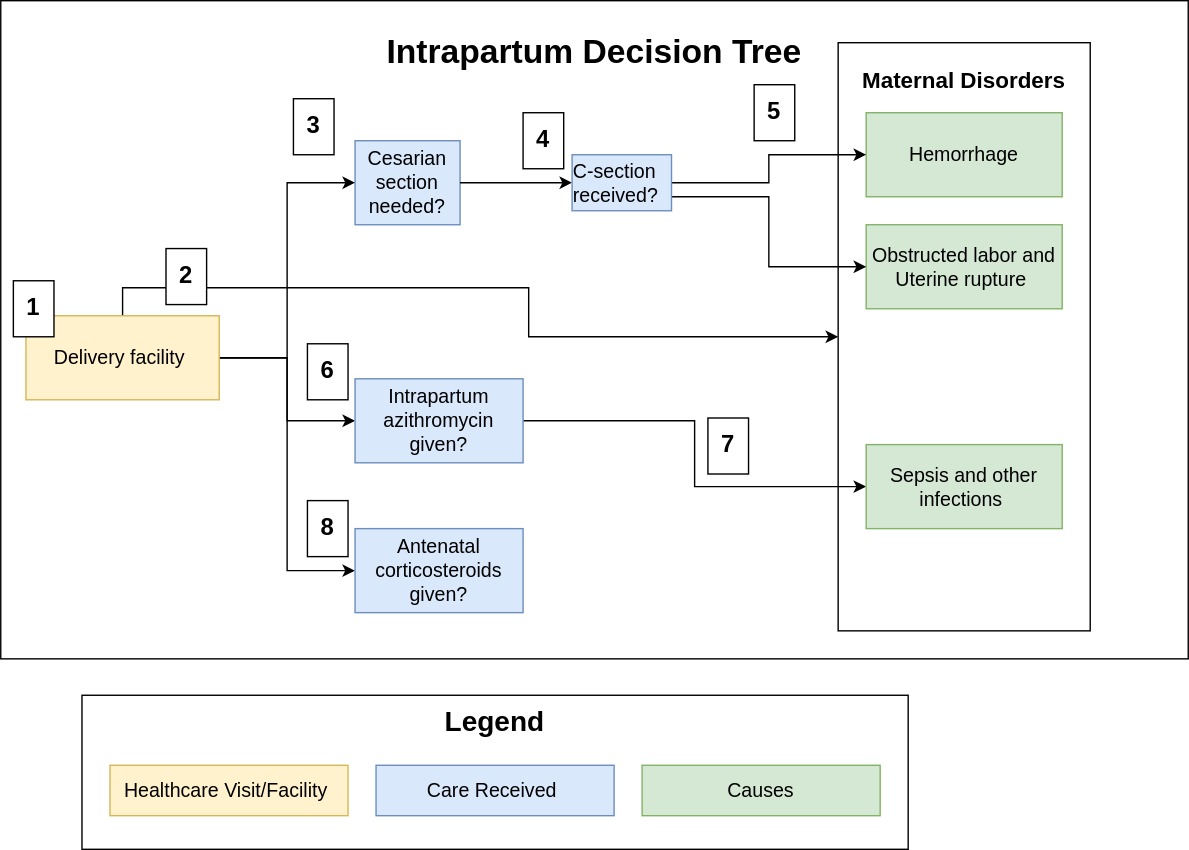
Earlier version of the draw.io export docs/source/models/concept_models/vivarium_mncnh_portfolio/intrapartum_decision_tree_vr.svg (ihmeuw/vivarium_research). Source tidied: cells renumbered, new cells last; positions are measured from the earlier drawing's top-left corner, leaving out a move shared by most shapes.
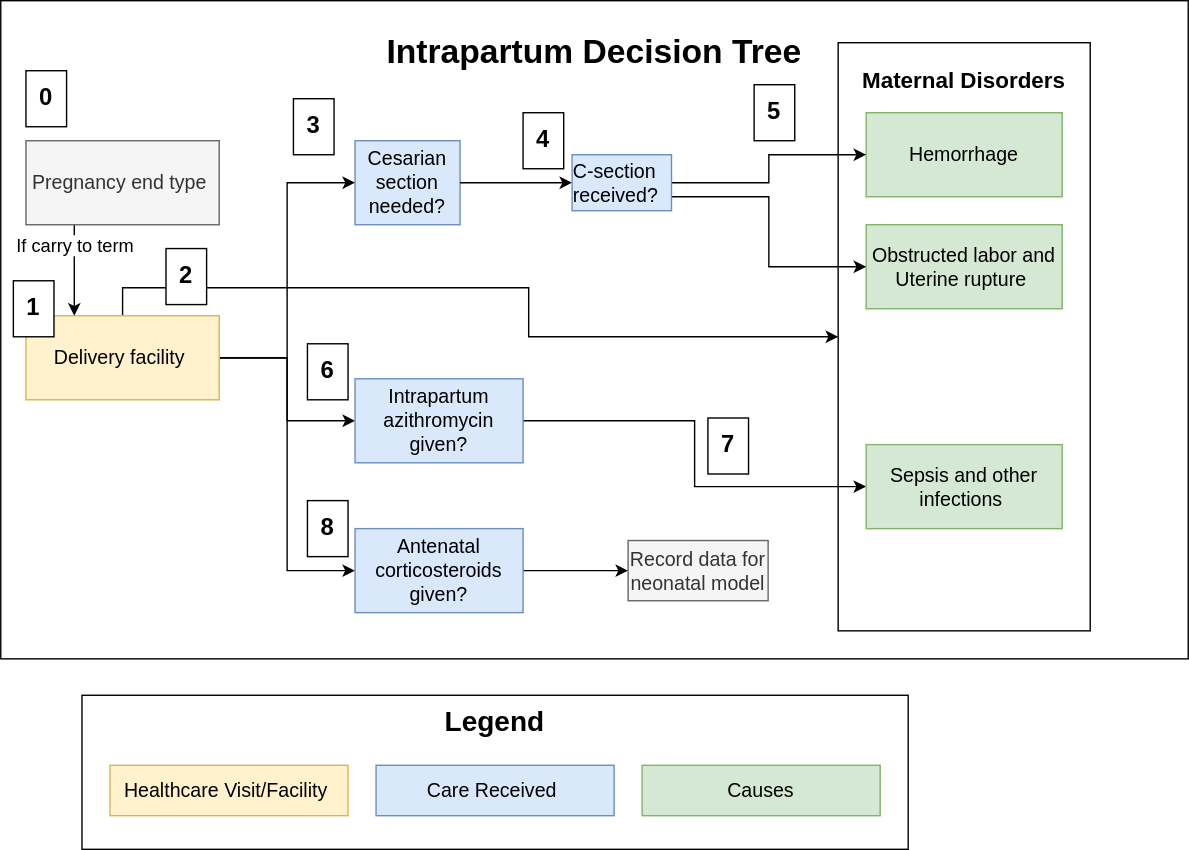
After the commit.

Commit message:
Updates from concept model meeting

Change to the diagram source:
```diff
@@ -47,6 +47,9 @@
     <mxCell id="16" value="&lt;span style=&quot;font-size: 14px;&quot;&gt;Causes&lt;/span&gt;" style="whiteSpace=wrap;html=1;hachureGap=4;fontFamily=Helvetica;fillColor=#d5e8d4;strokeColor=#82b366;" parent="12" vertex="1">
       <mxGeometry x="400" y="50" width="170" height="36" as="geometry" />
     </mxCell>
+    <mxCell id="33" style="edgeStyle=orthogonalEdgeStyle;rounded=0;jettySize=auto;html=1;exitX=1;exitY=0.5;exitDx=0;exitDy=0;entryX=0;entryY=0.5;entryDx=0;entryDy=0;" parent="1" edge="1" source="17" target="38">
+      <mxGeometry relative="1" as="geometry" />
+    </mxCell>
     <mxCell id="17" value="&lt;span style=&quot;font-size: 14px;&quot;&gt;Antenatal corticosteroids given?&lt;/span&gt;" style="whiteSpace=wrap;html=1;hachureGap=4;fontFamily=Helvetica;fillColor=#dae8fc;strokeColor=#6c8ebf;" parent="1" vertex="1">
       <mxGeometry x="253" y="377" width="120" height="60" as="geometry" />
     </mxCell>
@@ -95,5 +98,20 @@
     <mxCell id="32" value="&lt;b&gt;&lt;font style=&quot;font-size: 17px;&quot;&gt;8&lt;/font&gt;&lt;/b&gt;" style="whiteSpace=wrap;html=1;hachureGap=4;fontFamily=Helvetica;" parent="1" vertex="1">
       <mxGeometry x="219" y="357" width="29" height="40" as="geometry" />
     </mxCell>
+    <mxCell id="34" style="edgeStyle=orthogonalEdgeStyle;rounded=0;jettySize=auto;html=1;exitX=0.25;exitY=1;exitDx=0;exitDy=0;entryX=0.25;entryY=0;entryDx=0;entryDy=0;" parent="1" edge="1" source="36" target="9">
+      <mxGeometry relative="1" as="geometry" />
+    </mxCell>
+    <mxCell id="35" value="&lt;font style=&quot;font-size: 13px;&quot;&gt;If carry to term&lt;/font&gt;" style="edgeLabel;html=1;align=center;verticalAlign=middle;" parent="34" vertex="1">
+      <mxGeometry x="-0.57" relative="1" as="geometry" />
+    </mxCell>
+    <mxCell id="36" value="&lt;font style=&quot;font-size: 14px;&quot;&gt;Pregnancy end type&amp;nbsp;&lt;/font&gt;" style="whiteSpace=wrap;html=1;hachureGap=4;fontFamily=Helvetica;fillColor=#f5f5f5;strokeColor=#666666;fontColor=#333333;" parent="1" vertex="1">
+      <mxGeometry x="18" y="100" width="138" height="60" as="geometry" />
+    </mxCell>
+    <mxCell id="37" value="&lt;b&gt;&lt;font style=&quot;font-size: 17px;&quot;&gt;0&lt;/font&gt;&lt;/b&gt;" style="whiteSpace=wrap;html=1;hachureGap=4;fontFamily=Helvetica;" parent="1" vertex="1">
+      <mxGeometry x="18" y="50" width="29" height="40" as="geometry" />
+    </mxCell>
+    <mxCell id="38" value="&lt;font style=&quot;font-size: 14px;&quot;&gt;Record data for neonatal model&lt;/font&gt;" style="whiteSpace=wrap;html=1;hachureGap=4;fontFamily=Helvetica;fillColor=#f5f5f5;strokeColor=#666666;fontColor=#333333;" parent="1" vertex="1">
+      <mxGeometry x="448" y="385.5" width="100" height="43" as="geometry" />
+    </mxCell>
   </root>
 </mxGraphModel>
```
